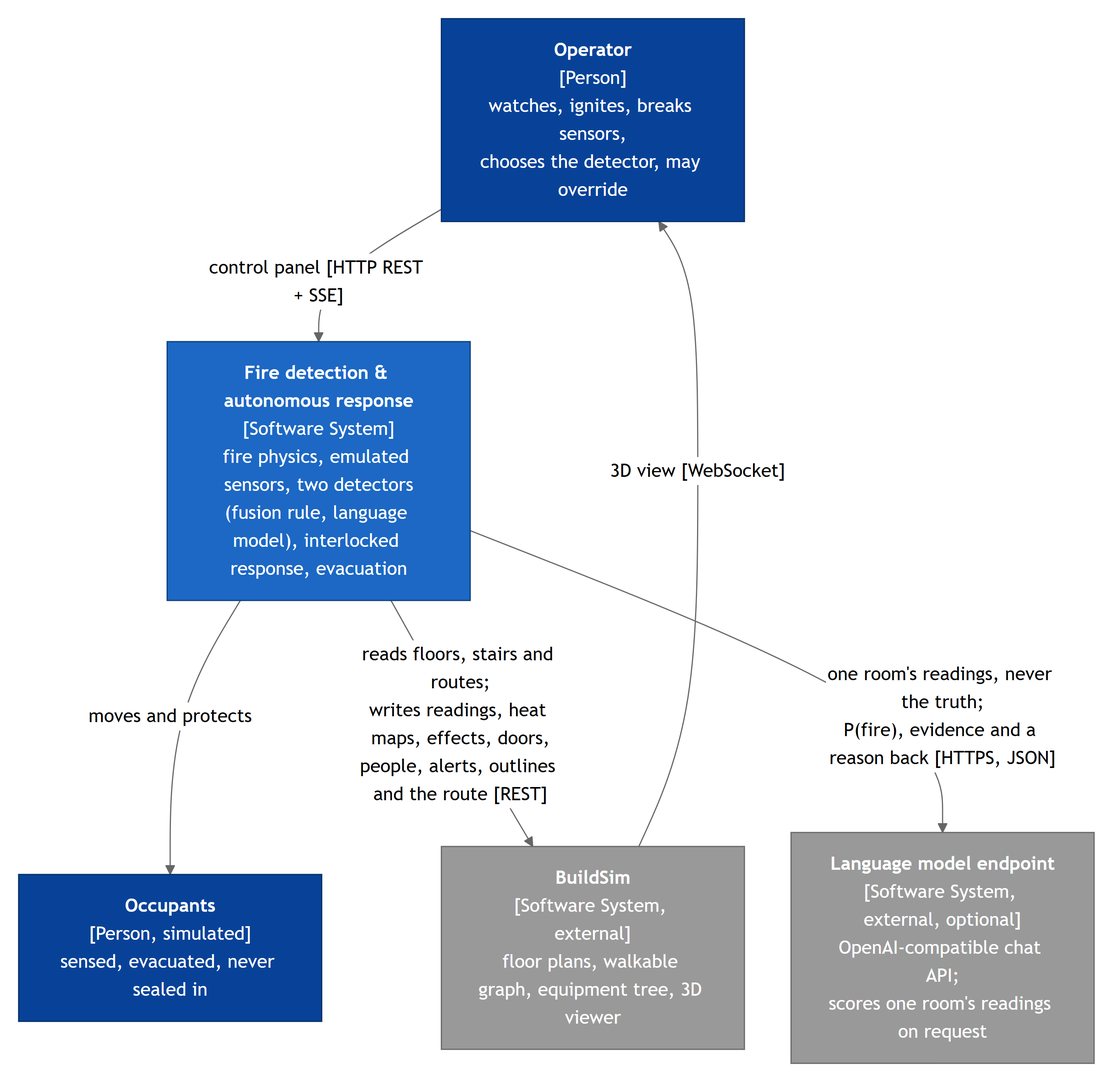
Above: firelab/Embedded_Intelligence_at_the_edge_Project_Proposal/images/context.png in Ekpenyong-Esu/BuildSim-FireDetection (Mermaid), before the change. Its source is kept beside it as firelab/Embedded_Intelligence_at_the_edge_Project_Proposal/images/context.mmd.
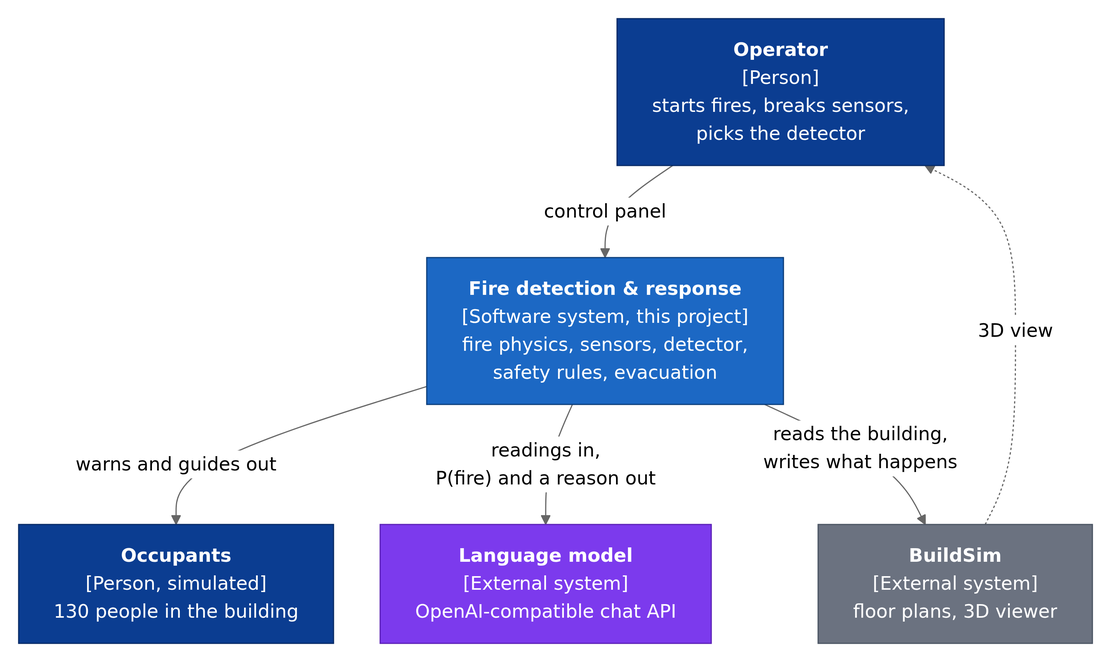
After the commit.

The edit, as a diff of the source:
```diff
@@ -1,17 +1,20 @@
+%%{init: {"flowchart": {"wrappingWidth": 320}}}%%
 flowchart TB
-  OP["<b>Operator</b><br/>[Person]<br/>watches, ignites, breaks sensors,<br/>chooses the detector, may override"]
-  OCC["<b>Occupants</b><br/>[Person, simulated]<br/>sensed, evacuated, never sealed in"]
-  SYS["<b>Fire detection &amp; autonomous response</b><br/>[Software System]<br/>fire physics, emulated sensors, two detectors<br/>(fusion rule, language model), interlocked response, evacuation"]
-  BS["<b>BuildSim</b><br/>[Software System, external]<br/>floor plans, walkable graph, equipment tree, 3D viewer"]
-  LLM["<b>Language model endpoint</b><br/>[Software System, external, optional]<br/>OpenAI-compatible chat API;<br/>scores one room's readings on request"]
-  OP -- "control panel [HTTP REST + SSE]" --> SYS
-  SYS -- "moves and protects" --> OCC
-  SYS -- "reads floors, stairs and routes;<br/>writes readings, heat maps, effects, doors,<br/>people, alerts, outlines and the route [REST]" --> BS
-  SYS -- "one room's readings, never the truth;<br/>P(fire), evidence and a reason back [HTTPS, JSON]" --> LLM
-  BS -- "3D view [WebSocket]" --> OP
-  classDef person fill:#084298,stroke:#052c65,color:#ffffff
+  OP["<b>Operator</b><br/>[Person]<br/>starts fires, breaks sensors,<br/>picks the detector"]
+  SYS["<b>Fire detection &amp; response</b><br/>[Software system, this project]<br/>fire physics, sensors, detector,<br/>safety rules, evacuation"]
+  OCC["<b>Occupants</b><br/>[Person, simulated]<br/>130 people in the building"]
+  LLM["<b>Language model</b><br/>[External system]<br/>OpenAI-compatible chat API"]
+  BS["<b>BuildSim</b><br/>[External system]<br/>floor plans, 3D viewer"]
+  OP -- "control panel" --> SYS
+  SYS -- "warns and guides out" --> OCC
+  SYS -- "readings in,<br/>P(fire) and a reason out" --> LLM
+  SYS -- "reads the building,<br/>writes what happens" --> BS
+  BS -. "3D view" .-> OP
+  classDef person fill:#0b3d91,stroke:#072a66,color:#ffffff
   classDef sys fill:#1c68c4,stroke:#0b3d7a,color:#ffffff
-  classDef ext fill:#999999,stroke:#666666,color:#ffffff
+  classDef ext fill:#6b7280,stroke:#4b5563,color:#ffffff
+  classDef model fill:#7c3aed,stroke:#5b21b6,color:#ffffff
   class OP,OCC person
   class SYS sys
-  class BS,LLM ext
+  class BS ext
+  class LLM model
```
